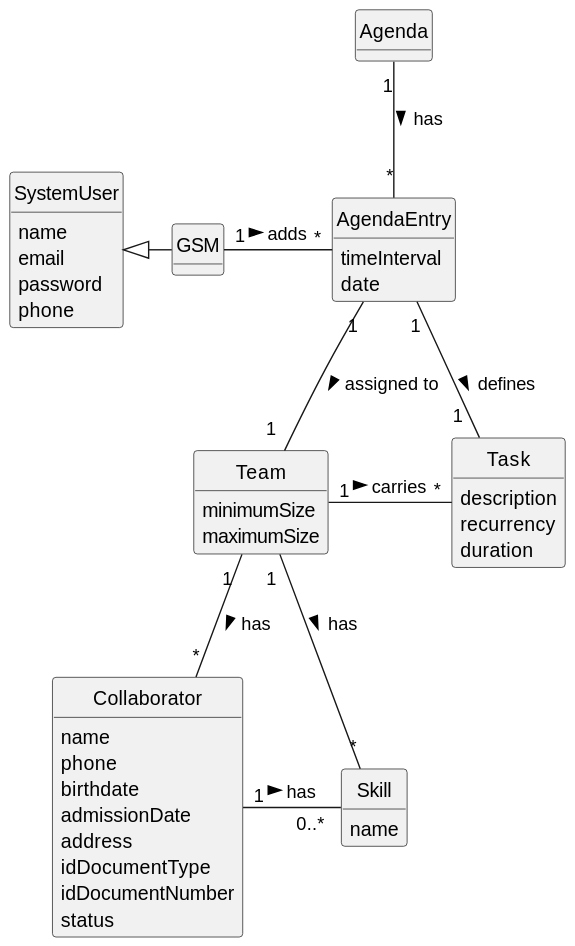
This is docs/sprintC/us023/02.analysis/svg/us023-domain-model.svg from Departamento-de-Engenharia-Informatica/lei-24-s2-1do-g164, a PlantUML export, as it was before one commit.
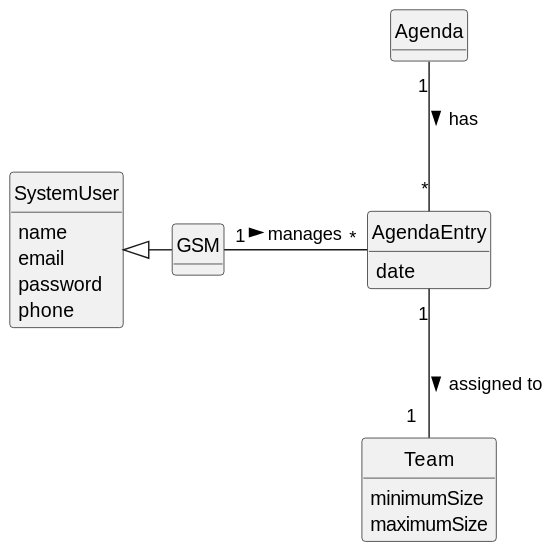
Later version of the same file.

Commit message:
(docs): small corrections in domain models

What changed in the source:
```diff
@@ -23,54 +23,25 @@
 
 }
 
-class Collaborator {
-   name
-      phone
-      birthdate
-      admissionDate
-      address
-      idDocumentType
-      idDocumentNumber
-      status
-      }
-
-
-
 class Team {
 minimumSize
 maximumSize
 
 }
 
-class Skill {
-    name
-}
-
-
 class Agenda {
 }
 
 class AgendaEntry {
-
-    timeInterval
     date
 }
 
 
-class Task {
-    description
-    recurrency
-    duration
-}
 
 
-Team "1 " -- "*" Collaborator: has >
-Team "1 " -- "*" Skill : has >
-Collaborator "1 " - "0..* " Skill : has >
+
 SystemUser <|- GSM
-GSM"1" - "*" AgendaEntry: adds >
+GSM"1" - "*" AgendaEntry: manages >
 AgendaEntry"1"-- "1  " Team: assigned to >
 Agenda "1" -- "*" AgendaEntry : has >
-AgendaEntry "1" -- "1  " Task : defines >
-Team "1" - "*" Task:   carries  >
 @enduml
```
